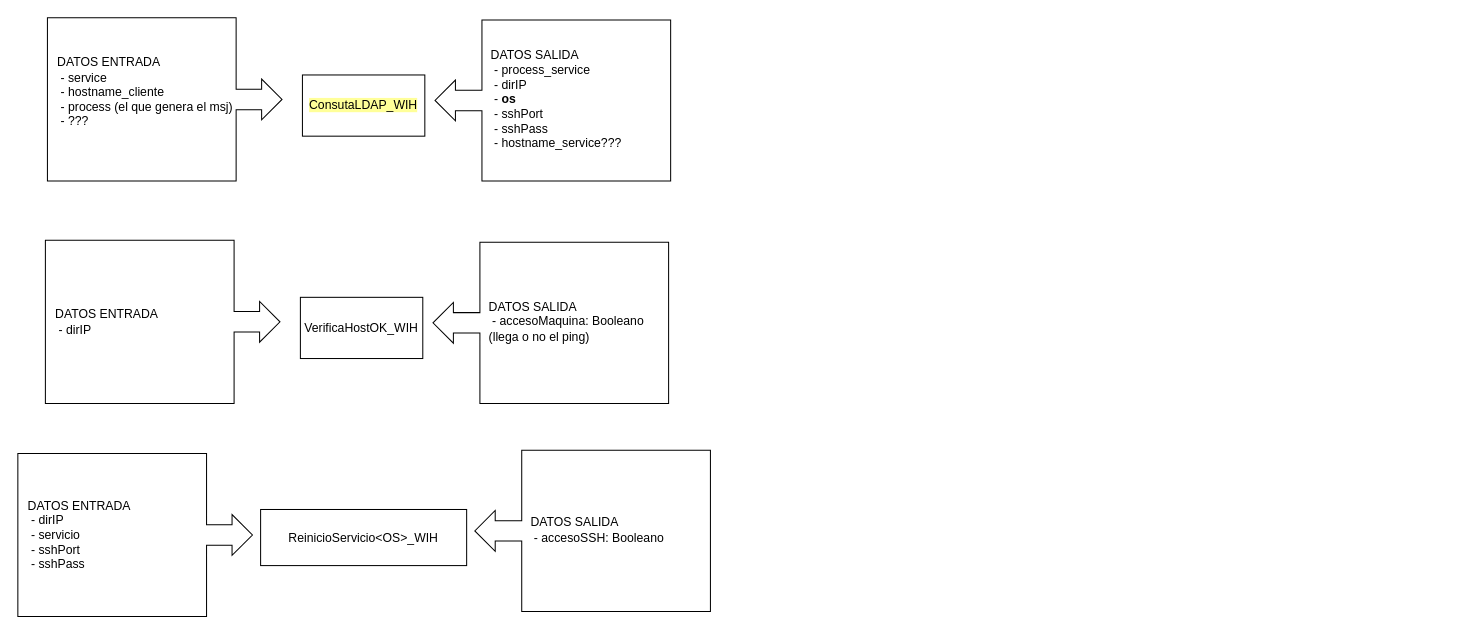
Before: page "WIH" (3 of 3) of esquemaProcesos.drawio in MarianaReyesH/gestionRed, a draw.io diagram. Source tidied: cells renumbered, new cells numbered last; positions are measured from the earlier drawing's top-left corner, leaving out a move shared by most shapes. Both pictures are drawn from the tidied source at 102%, with x=0, y=0 at pixel (17, 17).
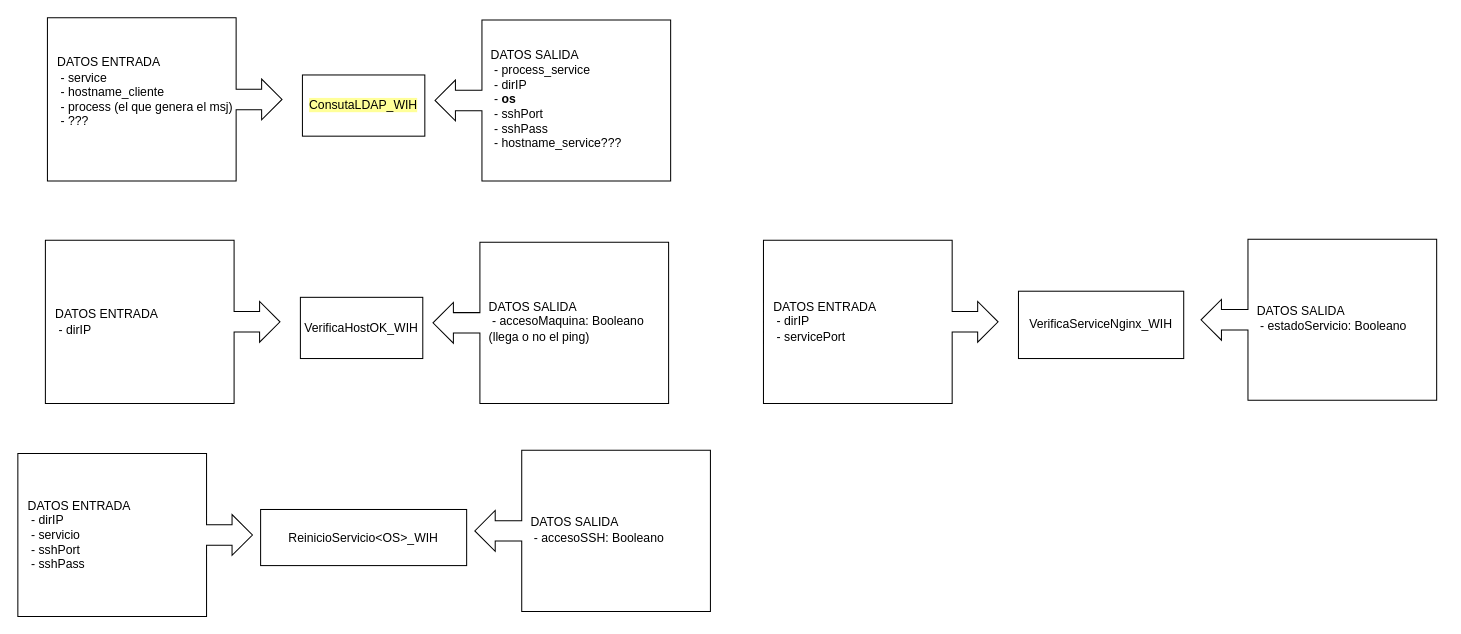
The same page after the edit.

Diff of the diagram source:
```diff
@@
+    <mxCell id="17" value="&lt;div&gt;&lt;span style=&quot;background-color: rgb(255, 255, 255);&quot;&gt;VerificaServiceNginx_WIH&lt;/span&gt;&lt;/div&gt;" style="rounded=0;whiteSpace=wrap;html=1;" parent="1" vertex="1">
+      <mxGeometry x="981" y="268" width="162" height="66" as="geometry" />
+    </mxCell>
+    <mxCell id="18" style="html=1;shadow=0;dashed=0;align=center;verticalAlign=middle;shape=mxgraph.arrows2.calloutArrow;dy=10;dx=20;notch=185;arrowHead=10;" parent="1" vertex="1">
+      <mxGeometry x="731" y="218" width="230" height="160" as="geometry" />
+    </mxCell>
+    <mxCell id="19" value="DATOS ENTRADA&lt;div&gt;&amp;nbsp;- dirIP&lt;/div&gt;&lt;div&gt;&amp;nbsp;- servicePort&lt;/div&gt;" style="text;html=1;align=left;verticalAlign=middle;whiteSpace=wrap;rounded=0;" parent="1" vertex="1">
+      <mxGeometry x="739" y="218" width="184" height="159" as="geometry" />
+    </mxCell>
+    <mxCell id="20" style="html=1;shadow=0;dashed=0;align=center;verticalAlign=middle;shape=mxgraph.arrows2.calloutArrow;dy=10;dx=20;notch=185;arrowHead=10;rotation=-180;" parent="1" vertex="1">
+      <mxGeometry x="1160" y="217" width="231" height="158" as="geometry" />
+    </mxCell>
+    <mxCell id="21" value="DATOS SALIDA&lt;div&gt;&amp;nbsp;- estadoServicio: Booleano&amp;nbsp;&lt;/div&gt;" style="text;html=1;align=left;verticalAlign=middle;whiteSpace=wrap;rounded=0;" parent="1" vertex="1">
+      <mxGeometry x="1213" y="215" width="184" height="159" as="geometry" />
+    </mxCell>
```
